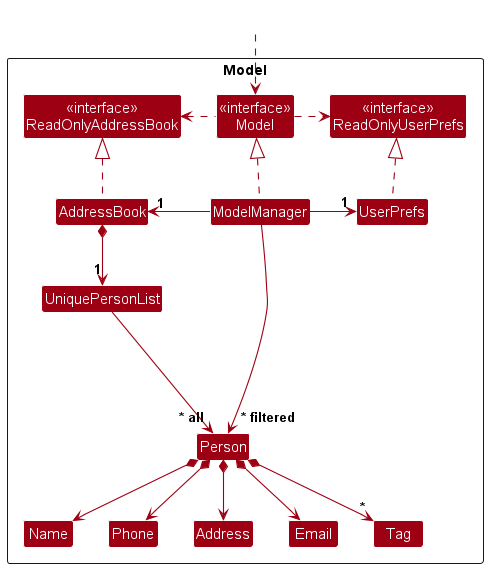
This is docs/images/ModelClassDiagram.png from nus-cs2103-AY2425S1/tp, a PlantUML export, as it was before one commit. Its source is kept beside it as docs/diagrams/ModelClassDiagram.puml.
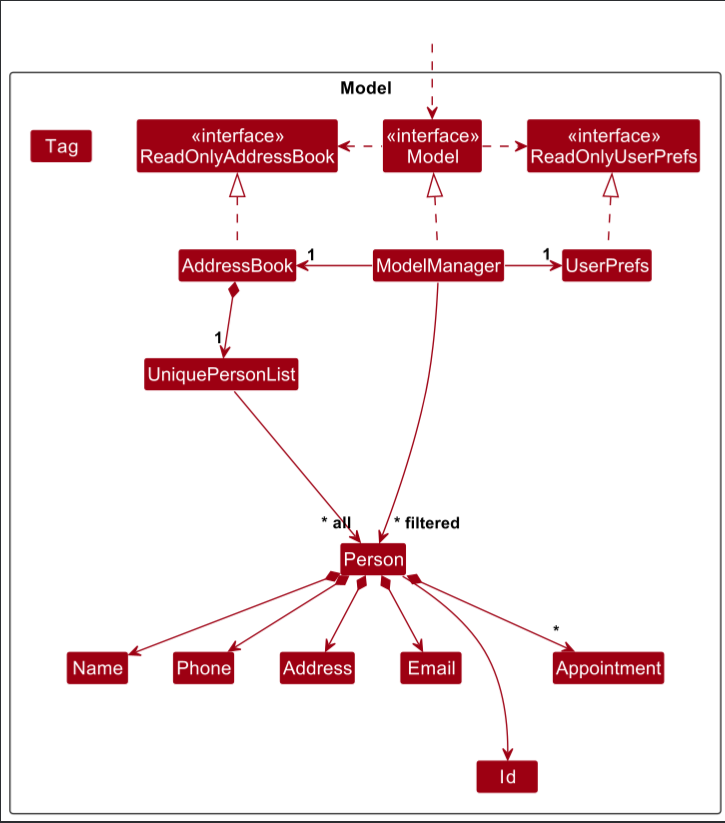
Above is the later version.

Diff of the diagram source:
```diff
@@ -44,7 +44,6 @@
 Person *--> Phone
 Person *--> Email
 Person *--> Address
-Person *--> "*" Tag
 Person *--> "*" Appointment
 
 Person -[hidden]up--> I
```
